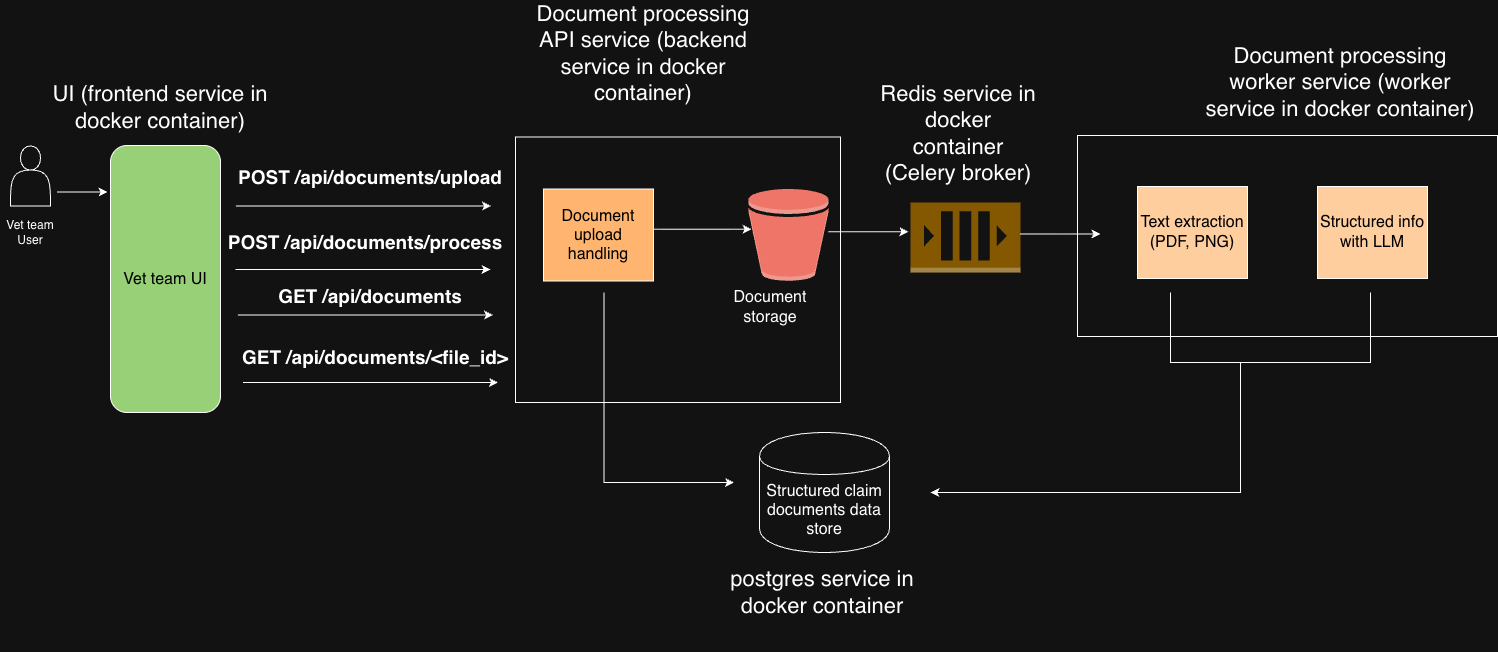
sergiooncode/veterinary-medical-records keeps this draw.io diagram as resources/vet_medical_records.drawio.png. Above is the earlier version. Source tidied: cells renumbered, new cells last; positions are measured from the earlier drawing's top-left corner, leaving out a move shared by most shapes. Source of this version:
```xml
<mxGraphModel>
  <root>
    <mxCell id="0" />
    <mxCell id="1" parent="0" />
    <mxCell id="2" style="rounded=0;whiteSpace=wrap;html=1;" parent="1" vertex="1">
      <mxGeometry x="1077" y="133" width="420" height="201" as="geometry" />
    </mxCell>
    <mxCell id="3" style="rounded=0;whiteSpace=wrap;html=1;" parent="1" vertex="1">
      <mxGeometry x="515" y="134.5" width="325" height="265.5" as="geometry" />
    </mxCell>
    <mxCell id="4" style="endArrow=classic;html=1;rounded=0;" parent="1" edge="1">
      <mxGeometry relative="1" as="geometry">
        <mxPoint x="57" y="189.5" as="sourcePoint" />
        <mxPoint x="107" y="189.5" as="targetPoint" />
      </mxGeometry>
    </mxCell>
    <mxCell id="5" style="endArrow=classic;html=1;rounded=0;" parent="1" edge="1">
      <mxGeometry relative="1" as="geometry">
        <mxPoint x="651" y="226.7" as="sourcePoint" />
        <mxPoint x="751" y="226.7" as="targetPoint" />
      </mxGeometry>
    </mxCell>
    <mxCell id="6" value="&lt;font style=&quot;font-size: 16px; color: light-dark(rgb(0, 0, 0), rgb(255, 255, 255));&quot;&gt;Document storage&lt;/font&gt;" style="text;html=1;whiteSpace=wrap;strokeColor=none;fillColor=none;align=center;verticalAlign=middle;rounded=0;rotation=0;" parent="1" vertex="1">
      <mxGeometry x="710" y="290" width="120" height="30" as="geometry" />
    </mxCell>
    <mxCell id="7" style="dashed=0;verticalLabelPosition=bottom;verticalAlign=top;align=center;html=1;shape=mxgraph.aws3.bucket;fillColor=#E05243;gradientColor=none;" parent="1" vertex="1">
      <mxGeometry x="748" y="186.2" width="80" height="92" as="geometry" />
    </mxCell>
    <mxCell id="8" value="&lt;font style=&quot;font-size: 16px;&quot;&gt;Structured claim documents data store&lt;/font&gt;" style="shape=cylinder;whiteSpace=wrap;html=1;boundedLbl=1;backgroundOutline=1;" parent="1" vertex="1">
      <mxGeometry x="759" y="430" width="130" height="120" as="geometry" />
    </mxCell>
    <mxCell id="9" value="&lt;span style=&quot;font-size: 22px;&quot;&gt;Document processing API service (backend service in docker container)&lt;/span&gt;" style="text;html=1;whiteSpace=wrap;strokeColor=none;fillColor=none;align=center;verticalAlign=middle;rounded=0;rotation=0;" parent="1" vertex="1">
      <mxGeometry x="520" width="246" height="102" as="geometry" />
    </mxCell>
    <mxCell id="10" value="&lt;font style=&quot;font-size: 16px; color: light-dark(rgb(0, 0, 0), rgb(0, 0, 0));&quot;&gt;Text extraction (PDF, PNG)&lt;/font&gt;" style="rounded=0;whiteSpace=wrap;html=1;fillColor=light-dark(#FFFFFF,#FFCE9F);" parent="1" vertex="1">
      <mxGeometry x="1137" y="184" width="110" height="92" as="geometry" />
    </mxCell>
    <mxCell id="11" value="&lt;font style=&quot;color: light-dark(rgb(0, 0, 0), rgb(0, 0, 0)); font-size: 16px;&quot;&gt;Vet team UI&lt;/font&gt;" style="rounded=1;whiteSpace=wrap;html=1;fillColor=light-dark(#FFFFFF,#97D077);" parent="1" vertex="1">
      <mxGeometry x="110" y="143" width="110" height="267" as="geometry" />
    </mxCell>
    <mxCell id="12" style="shape=actor;whiteSpace=wrap;html=1;" parent="1" vertex="1">
      <mxGeometry x="10" y="143.5" width="40" height="60" as="geometry" />
    </mxCell>
    <mxCell id="13" value="Vet team User" style="text;html=1;whiteSpace=wrap;strokeColor=none;fillColor=none;align=center;verticalAlign=middle;rounded=0;" parent="1" vertex="1">
      <mxGeometry y="215" width="60" height="30" as="geometry" />
    </mxCell>
    <mxCell id="14" value="&lt;font style=&quot;font-size: 16px; color: light-dark(rgb(0, 0, 0), rgb(0, 0, 0));&quot;&gt;Document upload handling&lt;/font&gt;" style="rounded=0;whiteSpace=wrap;html=1;fillColor=light-dark(#FFFFFF,#FFB570);" parent="1" vertex="1">
      <mxGeometry x="543" y="186.5" width="110" height="92" as="geometry" />
    </mxCell>
    <mxCell id="15" value="&lt;font style=&quot;font-size: 19px;&quot;&gt;&lt;b&gt;POST /api/documents/upload&lt;/b&gt;&lt;/font&gt;" style="text;html=1;whiteSpace=wrap;strokeColor=none;fillColor=none;align=center;verticalAlign=middle;rounded=0;" parent="1" vertex="1">
      <mxGeometry x="230" y="159.5" width="280" height="30" as="geometry" />
    </mxCell>
    <mxCell id="16" value="&lt;font style=&quot;font-size: 16px; color: light-dark(rgb(0, 0, 0), rgb(0, 0, 0));&quot;&gt;Structured info with LLM&lt;/font&gt;" style="rounded=0;whiteSpace=wrap;html=1;fillColor=light-dark(#FFFFFF,#FFCE9F);" parent="1" vertex="1">
      <mxGeometry x="1317" y="184" width="110" height="92" as="geometry" />
    </mxCell>
    <mxCell id="17" style="endArrow=classic;html=1;rounded=0;" parent="1" edge="1">
      <mxGeometry relative="1" as="geometry">
        <mxPoint x="235" y="267" as="sourcePoint" />
        <mxPoint x="490" y="267" as="targetPoint" />
      </mxGeometry>
    </mxCell>
    <mxCell id="18" value="&lt;font style=&quot;font-size: 19px;&quot;&gt;&lt;b&gt;POST /api/documents/process&lt;/b&gt;&lt;/font&gt;" style="text;html=1;whiteSpace=wrap;strokeColor=none;fillColor=none;align=center;verticalAlign=middle;rounded=0;" parent="1" vertex="1">
      <mxGeometry x="210" y="224.8" width="310" height="30" as="geometry" />
    </mxCell>
    <mxCell id="19" style="endArrow=classic;html=1;rounded=0;" parent="1" edge="1">
      <mxGeometry relative="1" as="geometry">
        <mxPoint x="235.5" y="203.5" as="sourcePoint" />
        <mxPoint x="490.5" y="203.5" as="targetPoint" />
      </mxGeometry>
    </mxCell>
    <mxCell id="20" style="endArrow=classic;html=1;rounded=0;" parent="1" edge="1">
      <mxGeometry relative="1" as="geometry">
        <mxPoint x="237.5" y="312.5" as="sourcePoint" />
        <mxPoint x="492.5" y="312.5" as="targetPoint" />
      </mxGeometry>
    </mxCell>
    <mxCell id="21" value="&lt;font style=&quot;font-size: 19px;&quot;&gt;&lt;b&gt;GET /api/documents&lt;/b&gt;&lt;/font&gt;" style="text;html=1;whiteSpace=wrap;strokeColor=none;fillColor=none;align=center;verticalAlign=middle;rounded=0;" parent="1" vertex="1">
      <mxGeometry x="215" y="278.5" width="310" height="30" as="geometry" />
    </mxCell>
    <mxCell id="22" style="endArrow=classic;html=1;rounded=0;" parent="1" edge="1">
      <mxGeometry relative="1" as="geometry">
        <mxPoint x="242.5" y="380" as="sourcePoint" />
        <mxPoint x="497.5" y="380" as="targetPoint" />
      </mxGeometry>
    </mxCell>
    <mxCell id="23" value="&lt;font style=&quot;font-size: 19px;&quot;&gt;&lt;b&gt;GET /api/documents/&amp;lt;file_id&amp;gt;&lt;/b&gt;&lt;/font&gt;" style="text;html=1;whiteSpace=wrap;strokeColor=none;fillColor=none;align=center;verticalAlign=middle;rounded=0;" parent="1" vertex="1">
      <mxGeometry x="220" y="340" width="310" height="30" as="geometry" />
    </mxCell>
    <mxCell id="24" value="&lt;span style=&quot;font-size: 22px;&quot;&gt;UI (frontend service in docker container)&lt;/span&gt;" style="text;html=1;whiteSpace=wrap;strokeColor=none;fillColor=none;align=center;verticalAlign=middle;rounded=0;rotation=0;" parent="1" vertex="1">
      <mxGeometry x="50" y="80" width="220" height="50" as="geometry" />
    </mxCell>
    <mxCell id="25" value="&lt;span style=&quot;font-size: 22px;&quot;&gt;postgres service in docker container&lt;/span&gt;" style="text;html=1;whiteSpace=wrap;strokeColor=none;fillColor=none;align=center;verticalAlign=middle;rounded=0;rotation=0;" parent="1" vertex="1">
      <mxGeometry x="712" y="530" width="220" height="120" as="geometry" />
    </mxCell>
    <mxCell id="26" value="&lt;span style=&quot;font-size: 22px;&quot;&gt;Document processing worker service (worker service in docker container)&lt;/span&gt;" style="text;html=1;whiteSpace=wrap;strokeColor=none;fillColor=none;align=center;verticalAlign=middle;rounded=0;rotation=0;" parent="1" vertex="1">
      <mxGeometry x="1203" y="54.5" width="274" height="50" as="geometry" />
    </mxCell>
    <mxCell id="27" style="endArrow=classic;html=1;rounded=0;" parent="1" edge="1">
      <mxGeometry relative="1" as="geometry">
        <mxPoint x="603.5" y="290" as="sourcePoint" />
        <mxPoint x="733.5" y="480" as="targetPoint" />
        <Array as="points">
          <mxPoint x="603.5" y="480" />
        </Array>
      </mxGeometry>
    </mxCell>
    <mxCell id="28" style="dashed=0;verticalLabelPosition=bottom;verticalAlign=top;align=center;html=1;shape=mxgraph.aws3.queue;fillColor=#D9A741;gradientColor=none;" parent="1" vertex="1">
      <mxGeometry x="910" y="200" width="110" height="70" as="geometry" />
    </mxCell>
    <mxCell id="29" value="&lt;span style=&quot;font-size: 22px;&quot;&gt;Redis service in docker container (Celery broker)&lt;/span&gt;" style="text;html=1;whiteSpace=wrap;strokeColor=none;fillColor=none;align=center;verticalAlign=middle;rounded=0;rotation=0;" parent="1" vertex="1">
      <mxGeometry x="876" y="76.2" width="164" height="110" as="geometry" />
    </mxCell>
    <mxCell id="30" style="group;" parent="1" vertex="1">
      <mxGeometry x="930" y="290" width="440" height="200" as="geometry" />
    </mxCell>
    <mxCell id="31" style="endArrow=none;html=1;rounded=0;" parent="30" edge="1">
      <mxGeometry relative="1" as="geometry">
        <mxPoint x="240" as="sourcePoint" />
        <mxPoint x="360" y="70" as="targetPoint" />
        <Array as="points">
          <mxPoint x="240" y="70" />
        </Array>
      </mxGeometry>
    </mxCell>
    <mxCell id="32" style="endArrow=none;html=1;rounded=0;" parent="30" edge="1">
      <mxGeometry relative="1" as="geometry">
        <mxPoint x="440" as="sourcePoint" />
        <mxPoint x="360" y="70" as="targetPoint" />
        <Array as="points">
          <mxPoint x="440" y="70" />
        </Array>
      </mxGeometry>
    </mxCell>
    <mxCell id="33" style="endArrow=classic;html=1;rounded=0;" parent="30" edge="1">
      <mxGeometry relative="1" as="geometry">
        <mxPoint x="310" y="70" as="sourcePoint" />
        <mxPoint y="200" as="targetPoint" />
        <Array as="points">
          <mxPoint x="310" y="200" />
        </Array>
      </mxGeometry>
    </mxCell>
    <mxCell id="34" style="endArrow=classic;html=1;rounded=0;" parent="1" edge="1">
      <mxGeometry relative="1" as="geometry">
        <mxPoint x="828" y="229.2" as="sourcePoint" />
        <mxPoint x="908" y="229.2" as="targetPoint" />
      </mxGeometry>
    </mxCell>
    <mxCell id="35" style="endArrow=classic;html=1;rounded=0;" parent="1" edge="1">
      <mxGeometry relative="1" as="geometry">
        <mxPoint x="1020" y="231.5" as="sourcePoint" />
        <mxPoint x="1100" y="231.5" as="targetPoint" />
      </mxGeometry>
    </mxCell>
  </root>
</mxGraphModel>
```
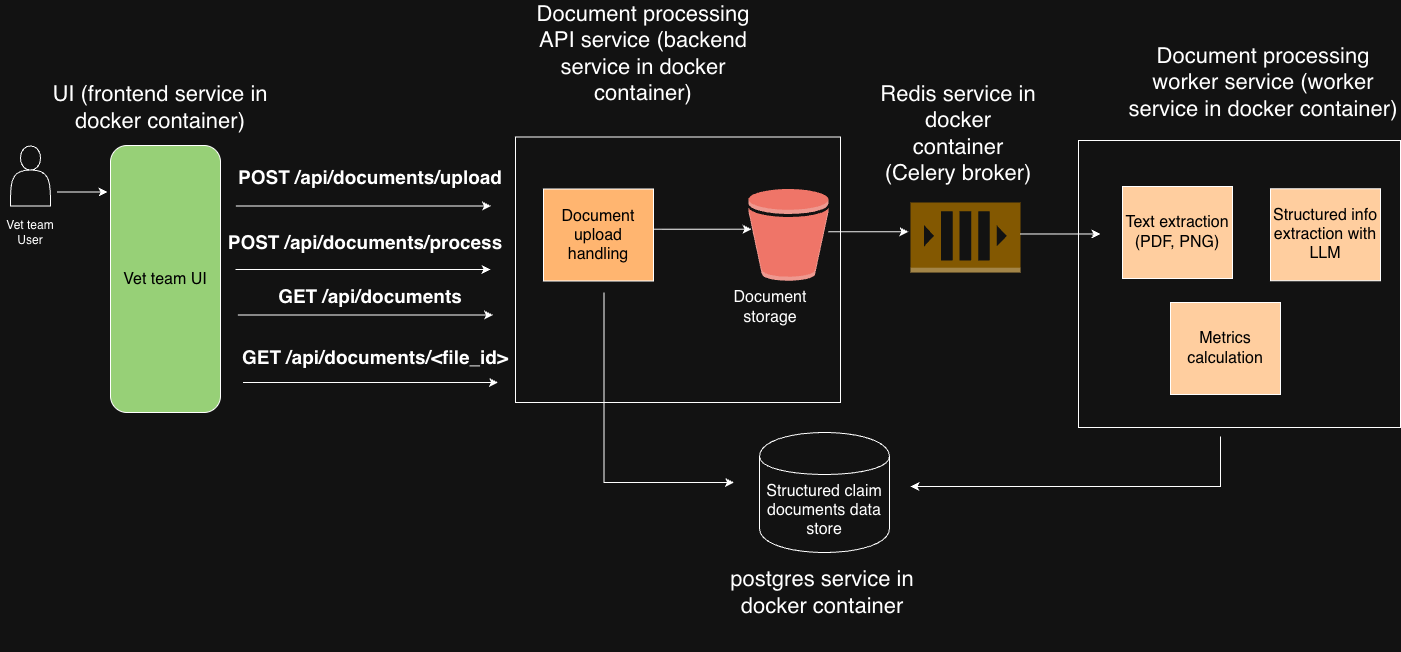
Above is the later version.

Diff of the diagram source:
```diff
@@ -3,7 +3,7 @@
     <mxCell id="0" />
     <mxCell id="1" parent="0" />
     <mxCell id="2" style="rounded=0;whiteSpace=wrap;html=1;" parent="1" vertex="1">
-      <mxGeometry x="1077" y="133" width="420" height="201" as="geometry" />
+      <mxGeometry x="1078" y="138" width="322" height="287" as="geometry" />
     </mxCell>
     <mxCell id="3" style="rounded=0;whiteSpace=wrap;html=1;" parent="1" vertex="1">
       <mxGeometry x="515" y="134.5" width="325" height="265.5" as="geometry" />
@@ -33,7 +33,7 @@
       <mxGeometry x="520" width="246" height="102" as="geometry" />
     </mxCell>
     <mxCell id="10" value="&lt;font style=&quot;font-size: 16px; color: light-dark(rgb(0, 0, 0), rgb(0, 0, 0));&quot;&gt;Text extraction (PDF, PNG)&lt;/font&gt;" style="rounded=0;whiteSpace=wrap;html=1;fillColor=light-dark(#FFFFFF,#FFCE9F);" parent="1" vertex="1">
-      <mxGeometry x="1137" y="184" width="110" height="92" as="geometry" />
+      <mxGeometry x="1122" y="184" width="110" height="92" as="geometry" />
     </mxCell>
     <mxCell id="11" value="&lt;font style=&quot;color: light-dark(rgb(0, 0, 0), rgb(0, 0, 0)); font-size: 16px;&quot;&gt;Vet team UI&lt;/font&gt;" style="rounded=1;whiteSpace=wrap;html=1;fillColor=light-dark(#FFFFFF,#97D077);" parent="1" vertex="1">
       <mxGeometry x="110" y="143" width="110" height="267" as="geometry" />
@@ -50,8 +50,8 @@
     <mxCell id="15" value="&lt;font style=&quot;font-size: 19px;&quot;&gt;&lt;b&gt;POST /api/documents/upload&lt;/b&gt;&lt;/font&gt;" style="text;html=1;whiteSpace=wrap;strokeColor=none;fillColor=none;align=center;verticalAlign=middle;rounded=0;" parent="1" vertex="1">
       <mxGeometry x="230" y="159.5" width="280" height="30" as="geometry" />
     </mxCell>
-    <mxCell id="16" value="&lt;font style=&quot;font-size: 16px; color: light-dark(rgb(0, 0, 0), rgb(0, 0, 0));&quot;&gt;Structured info with LLM&lt;/font&gt;" style="rounded=0;whiteSpace=wrap;html=1;fillColor=light-dark(#FFFFFF,#FFCE9F);" parent="1" vertex="1">
-      <mxGeometry x="1317" y="184" width="110" height="92" as="geometry" />
+    <mxCell id="16" value="&lt;font style=&quot;font-size: 16px; color: light-dark(rgb(0, 0, 0), rgb(0, 0, 0));&quot;&gt;Structured info extraction with LLM&lt;/font&gt;" style="rounded=0;whiteSpace=wrap;html=1;fillColor=light-dark(#FFFFFF,#FFCE9F);" parent="1" vertex="1">
+      <mxGeometry x="1270" y="186.2" width="110" height="92" as="geometry" />
     </mxCell>
     <mxCell id="17" style="endArrow=classic;html=1;rounded=0;" parent="1" edge="1">
       <mxGeometry relative="1" as="geometry">
@@ -93,7 +93,7 @@
       <mxGeometry x="712" y="530" width="220" height="120" as="geometry" />
     </mxCell>
     <mxCell id="26" value="&lt;span style=&quot;font-size: 22px;&quot;&gt;Document processing worker service (worker service in docker container)&lt;/span&gt;" style="text;html=1;whiteSpace=wrap;strokeColor=none;fillColor=none;align=center;verticalAlign=middle;rounded=0;rotation=0;" parent="1" vertex="1">
-      <mxGeometry x="1203" y="54.5" width="274" height="50" as="geometry" />
+      <mxGeometry x="1126" y="54.5" width="274" height="50" as="geometry" />
     </mxCell>
     <mxCell id="27" style="endArrow=classic;html=1;rounded=0;" parent="1" edge="1">
       <mxGeometry relative="1" as="geometry">
@@ -110,36 +110,6 @@
     <mxCell id="29" value="&lt;span style=&quot;font-size: 22px;&quot;&gt;Redis service in docker container (Celery broker)&lt;/span&gt;" style="text;html=1;whiteSpace=wrap;strokeColor=none;fillColor=none;align=center;verticalAlign=middle;rounded=0;rotation=0;" parent="1" vertex="1">
       <mxGeometry x="876" y="76.2" width="164" height="110" as="geometry" />
     </mxCell>
-    <mxCell id="30" style="group;" parent="1" vertex="1">
-      <mxGeometry x="930" y="290" width="440" height="200" as="geometry" />
-    </mxCell>
-    <mxCell id="31" style="endArrow=none;html=1;rounded=0;" parent="30" edge="1">
-      <mxGeometry relative="1" as="geometry">
-        <mxPoint x="240" as="sourcePoint" />
-        <mxPoint x="360" y="70" as="targetPoint" />
-        <Array as="points">
-          <mxPoint x="240" y="70" />
-        </Array>
-      </mxGeometry>
-    </mxCell>
-    <mxCell id="32" style="endArrow=none;html=1;rounded=0;" parent="30" edge="1">
-      <mxGeometry relative="1" as="geometry">
-        <mxPoint x="440" as="sourcePoint" />
-        <mxPoint x="360" y="70" as="targetPoint" />
-        <Array as="points">
-          <mxPoint x="440" y="70" />
-        </Array>
-      </mxGeometry>
-    </mxCell>
-    <mxCell id="33" style="endArrow=classic;html=1;rounded=0;" parent="30" edge="1">
-      <mxGeometry relative="1" as="geometry">
-        <mxPoint x="310" y="70" as="sourcePoint" />
-        <mxPoint y="200" as="targetPoint" />
-        <Array as="points">
-          <mxPoint x="310" y="200" />
-        </Array>
-      </mxGeometry>
-    </mxCell>
     <mxCell id="34" style="endArrow=classic;html=1;rounded=0;" parent="1" edge="1">
       <mxGeometry relative="1" as="geometry">
         <mxPoint x="828" y="229.2" as="sourcePoint" />
@@ -152,5 +122,17 @@
         <mxPoint x="1100" y="231.5" as="targetPoint" />
       </mxGeometry>
     </mxCell>
+    <mxCell id="33" style="endArrow=classic;html=1;rounded=0;" parent="1" edge="1">
+      <mxGeometry relative="1" as="geometry">
+        <mxPoint x="1220" y="434" as="sourcePoint" />
+        <mxPoint x="910" y="484" as="targetPoint" />
+        <Array as="points">
+          <mxPoint x="1220" y="484" />
+        </Array>
+      </mxGeometry>
+    </mxCell>
+    <mxCell id="36" value="&lt;font style=&quot;font-size: 16px; color: light-dark(rgb(0, 0, 0), rgb(0, 0, 0));&quot;&gt;Metrics calculation&lt;/font&gt;" style="rounded=0;whiteSpace=wrap;html=1;fillColor=light-dark(#FFFFFF,#FFCE9F);" parent="1" vertex="1">
+      <mxGeometry x="1170" y="300" width="110" height="92" as="geometry" />
+    </mxCell>
   </root>
 </mxGraphModel>
```
